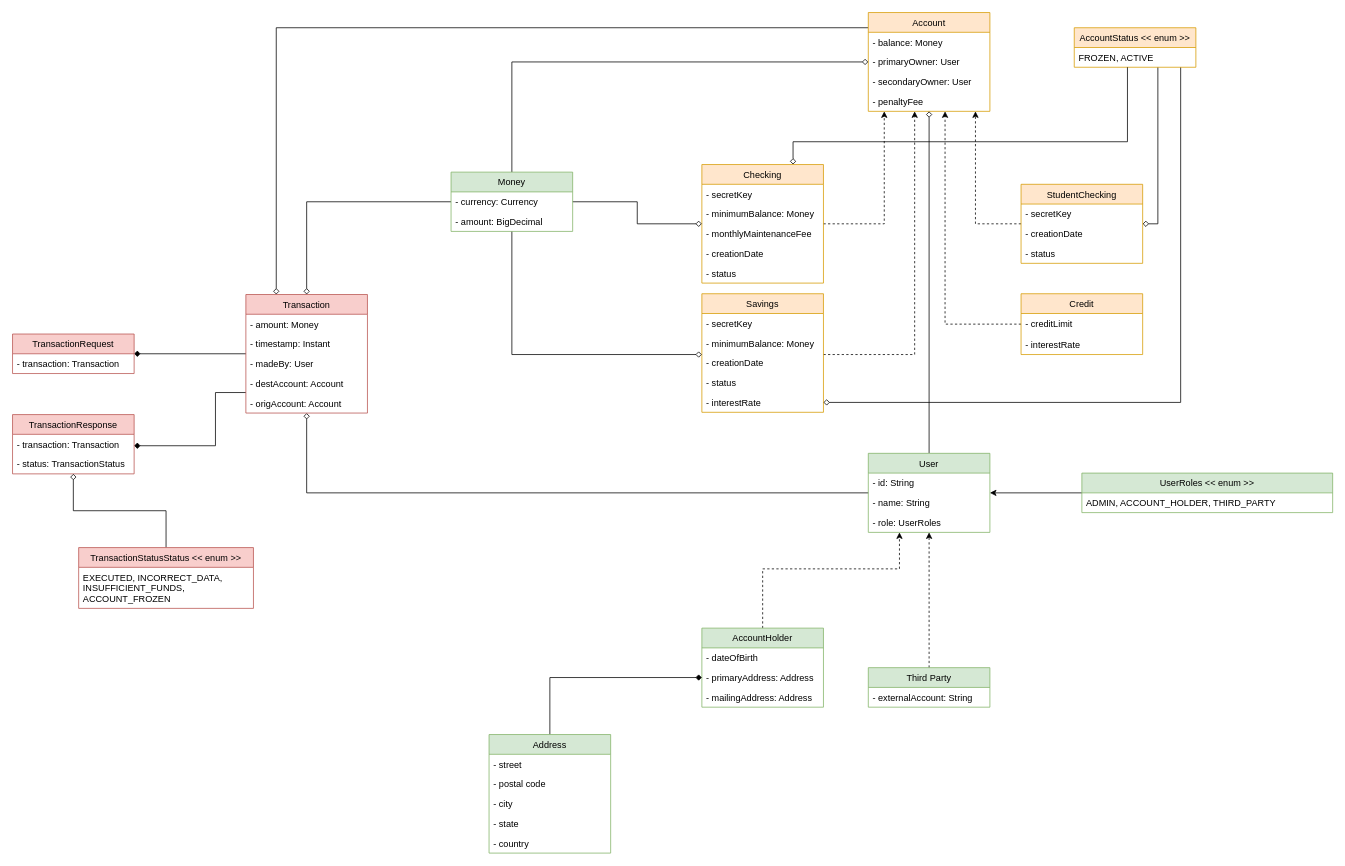
Before: docs/ironbank-classes.drawio in J3-PT-Java-Bootcamp/alejandroarraiza-ironbank, a draw.io diagram. Source tidied: cells renumbered, new cells numbered last; positions are measured from the earlier drawing's top-left corner, leaving out a move shared by most shapes. Both pictures are drawn from the tidied source at 76%, with x=0, y=0 at pixel (12, 12).
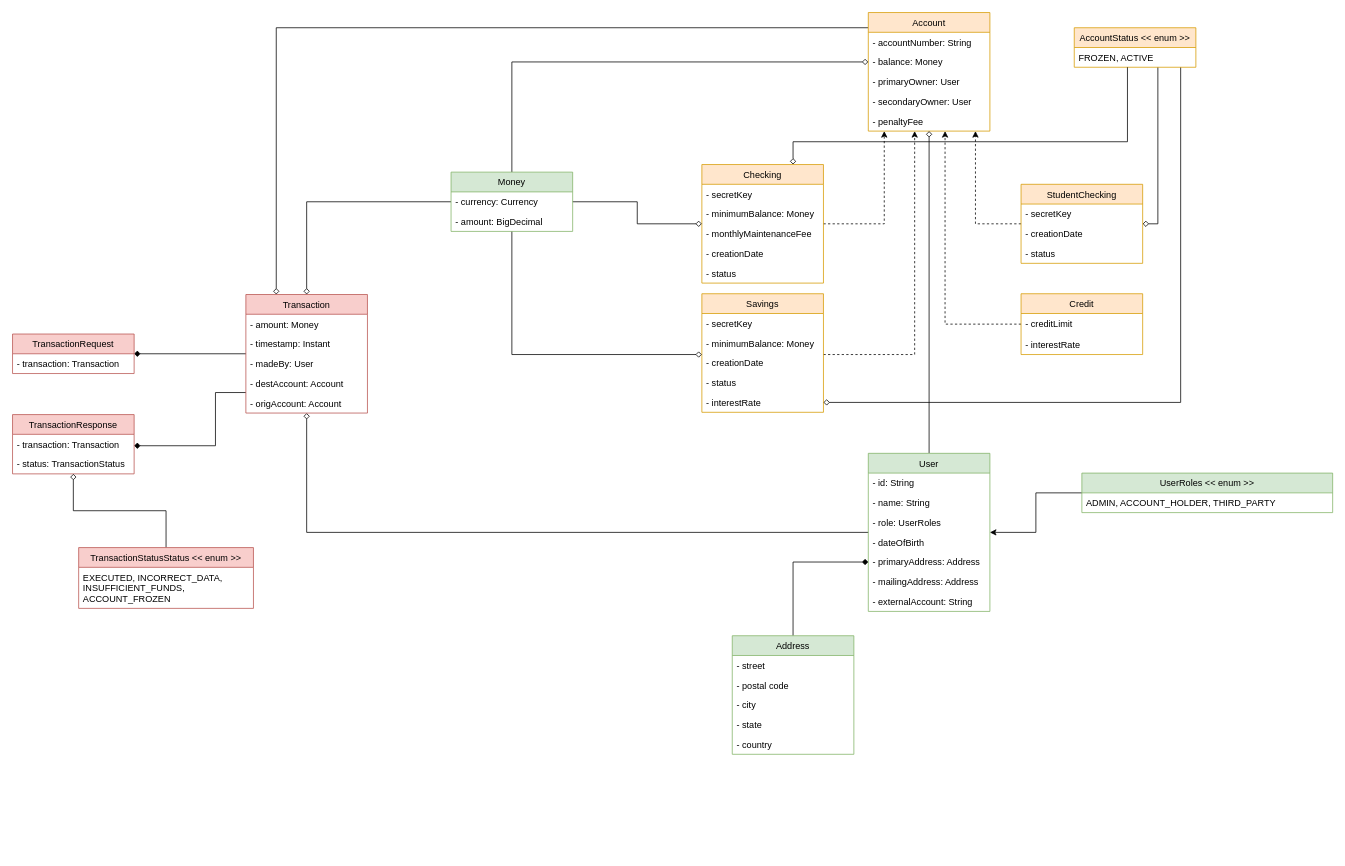
The same page after the edit.

Diff of the diagram source:
```diff
@@
     <mxCell id="26" value="Account" style="swimlane;fontStyle=0;horizontal=1;startSize=26;fillColor=#ffe6cc;strokeColor=#d79b00;" parent="1" vertex="1">
-      <mxGeometry x="1126" width="160" height="130" as="geometry" />
+      <mxGeometry x="1126" width="160" height="156" as="geometry" />
     </mxCell>
+    <mxCell id="83" value="- accountNumber: String" style="text;strokeColor=none;fillColor=none;align=left;verticalAlign=top;spacingLeft=4;spacingRight=4;overflow=hidden;" parent="26" vertex="1">
+      <mxGeometry y="26" width="160" height="26" as="geometry" />
+    </mxCell>
     <mxCell id="27" value="- balance: Money" style="text;strokeColor=none;fillColor=none;align=left;verticalAlign=top;spacingLeft=4;spacingRight=4;overflow=hidden;" parent="26" vertex="1">
-      <mxGeometry y="26" width="160" height="26" as="geometry" />
+      <mxGeometry y="52" width="160" height="26" as="geometry" />
     </mxCell>
     <mxCell id="28" value="- primaryOwner: User" style="text;strokeColor=none;fillColor=none;align=left;verticalAlign=top;spacingLeft=4;spacingRight=4;overflow=hidden;" parent="26" vertex="1">
-      <mxGeometry y="52" width="160" height="26" as="geometry" />
+      <mxGeometry y="78" width="160" height="26" as="geometry" />
     </mxCell>
     <mxCell id="29" value="- secondaryOwner: User" style="text;strokeColor=none;fillColor=none;align=left;verticalAlign=top;spacingLeft=4;spacingRight=4;overflow=hidden;" parent="26" vertex="1">
-      <mxGeometry y="78" width="160" height="26" as="geometry" />
+      <mxGeometry y="104" width="160" height="26" as="geometry" />
     </mxCell>
     <mxCell id="30" value="- penaltyFee" style="text;strokeColor=none;fillColor=none;align=left;verticalAlign=top;spacingLeft=4;spacingRight=4;overflow=hidden;" parent="26" vertex="1">
-      <mxGeometry y="104" width="160" height="26" as="geometry" />
+      <mxGeometry y="130" width="160" height="26" as="geometry" />
     </mxCell>
@@
     <mxCell id="33" value="User" style="swimlane;fontStyle=0;horizontal=1;startSize=26;fillColor=#d5e8d4;strokeColor=#82b366;" parent="1" vertex="1">
-      <mxGeometry x="1126" y="580" width="160" height="104" as="geometry" />
+      <mxGeometry x="1126" y="580" width="160" height="208" as="geometry" />
     </mxCell>
@@
-    <mxCell id="37" style="edgeStyle=orthogonalEdgeStyle;rounded=0;jettySize=auto;html=1;endArrow=classic;endFill=1;dashed=1;" parent="1" edge="1" source="38" target="33">
-      <mxGeometry relative="1" as="geometry">
-        <Array as="points">
-          <mxPoint x="1167" y="732" />
-        </Array>
-      </mxGeometry>
-    </mxCell>
-    <mxCell id="38" value="AccountHolder" style="swimlane;fontStyle=0;horizontal=1;startSize=26;fillColor=#d5e8d4;strokeColor=#82b366;" parent="1" vertex="1">
-      <mxGeometry x="907" y="810" width="160" height="104" as="geometry" />
-    </mxCell>
-    <mxCell id="39" value="- dateOfBirth" style="text;strokeColor=none;fillColor=none;align=left;verticalAlign=top;spacingLeft=4;spacingRight=4;overflow=hidden;" parent="38" vertex="1">
-      <mxGeometry y="26" width="160" height="26" as="geometry" />
+    <mxCell id="39" value="- dateOfBirth" style="text;strokeColor=none;fillColor=none;align=left;verticalAlign=top;spacingLeft=4;spacingRight=4;overflow=hidden;" parent="33" vertex="1">
+      <mxGeometry y="104" width="160" height="26" as="geometry" />
     </mxCell>
-    <mxCell id="40" value="- primaryAddress: Address" style="text;strokeColor=none;fillColor=none;align=left;verticalAlign=top;spacingLeft=4;spacingRight=4;overflow=hidden;points=[[0,0.5],[1,0.5]];portConstraint=eastwest;" parent="38" vertex="1">
-      <mxGeometry y="52" width="160" height="26" as="geometry" />
+    <mxCell id="40" value="- primaryAddress: Address" style="text;strokeColor=none;fillColor=none;align=left;verticalAlign=top;spacingLeft=4;spacingRight=4;overflow=hidden;points=[[0,0.5],[1,0.5]];portConstraint=eastwest;" parent="33" vertex="1">
+      <mxGeometry y="130" width="160" height="26" as="geometry" />
     </mxCell>
-    <mxCell id="41" value="- mailingAddress: Address" style="text;strokeColor=none;fillColor=none;align=left;verticalAlign=top;spacingLeft=4;spacingRight=4;overflow=hidden;" parent="38" vertex="1">
-      <mxGeometry y="78" width="160" height="26" as="geometry" />
+    <mxCell id="41" value="- mailingAddress: Address" style="text;strokeColor=none;fillColor=none;align=left;verticalAlign=top;spacingLeft=4;spacingRight=4;overflow=hidden;" parent="33" vertex="1">
+      <mxGeometry y="156" width="160" height="26" as="geometry" />
     </mxCell>
+    <mxCell id="51" value="- externalAccount: String" style="text;strokeColor=none;fillColor=none;align=left;verticalAlign=top;spacingLeft=4;spacingRight=4;overflow=hidden;" parent="33" vertex="1">
+      <mxGeometry y="182" width="160" height="26" as="geometry" />
+    </mxCell>
@@
     <mxCell id="43" value="Address" style="swimlane;fontStyle=0;horizontal=1;startSize=26;fillColor=#d5e8d4;strokeColor=#82b366;" parent="1" vertex="1">
-      <mxGeometry x="627" y="950" width="160" height="156" as="geometry" />
+      <mxGeometry x="947" y="820" width="160" height="156" as="geometry" />
     </mxCell>
@@
-    <mxCell id="49" style="edgeStyle=orthogonalEdgeStyle;rounded=0;jettySize=auto;html=1;dashed=1;endArrow=classic;endFill=1;" parent="1" edge="1" source="50" target="33">
-      <mxGeometry relative="1" as="geometry" />
-    </mxCell>
-    <mxCell id="50" value="Third Party" style="swimlane;fontStyle=0;horizontal=1;startSize=26;fillColor=#d5e8d4;strokeColor=#82b366;" parent="1" vertex="1">
-      <mxGeometry x="1126" y="862" width="160" height="52" as="geometry" />
-    </mxCell>
-    <mxCell id="51" value="- externalAccount: String" style="text;strokeColor=none;fillColor=none;align=left;verticalAlign=top;spacingLeft=4;spacingRight=4;overflow=hidden;" parent="50" vertex="1">
-      <mxGeometry y="26" width="160" height="26" as="geometry" />
-    </mxCell>
```
